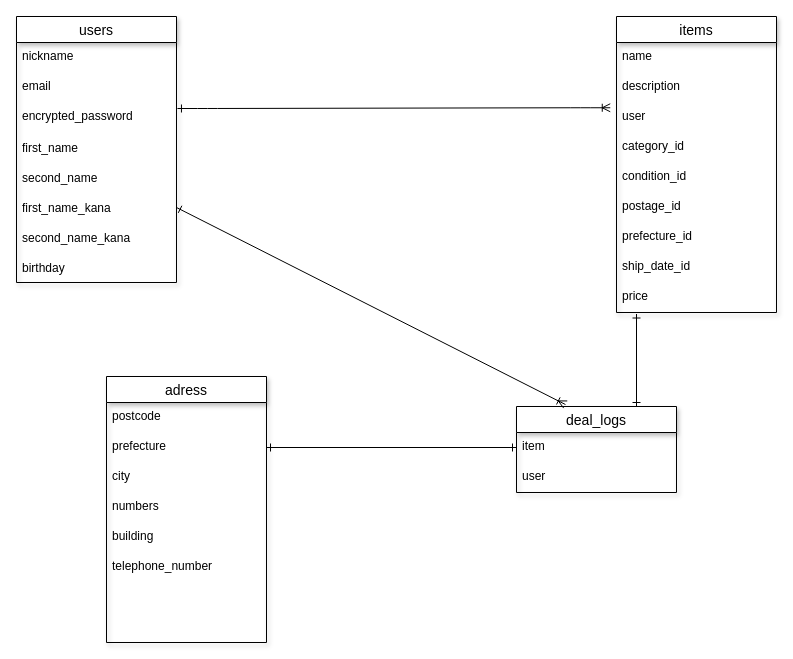
This is er.dio from bay-kuy/furima-37440, a draw.io file, before an edit. Source tidied: cells renumbered, new cells numbered last; positions are measured from the earlier drawing's top-left corner, leaving out a move shared by most shapes. Both pictures are drawn from the tidied source at 100%, with x=0, y=0 at pixel (16, 16).
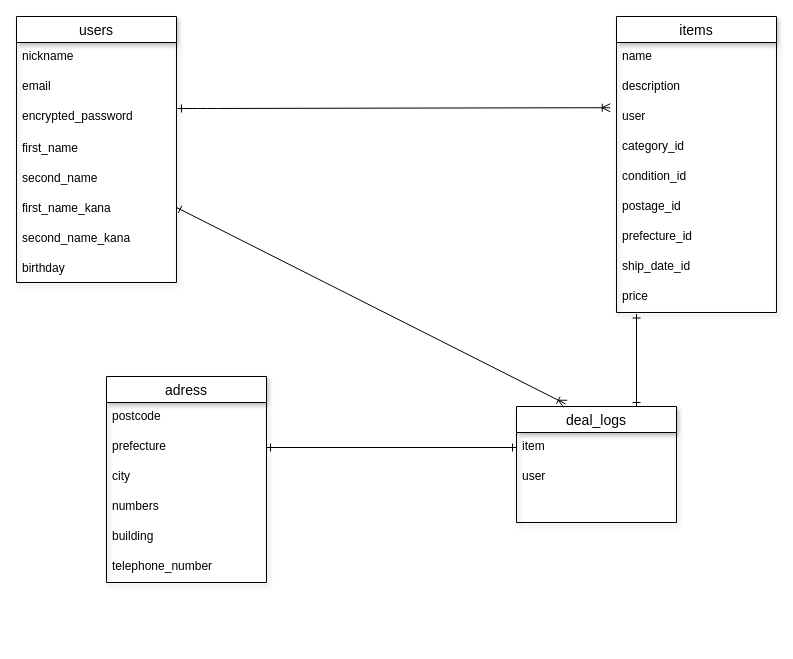
After the change.

Change to the diagram source:
```diff
@@
     <mxCell id="23" value="deal_logs" style="swimlane;fontStyle=0;horizontal=1;startSize=26;align=center;fontSize=14;rounded=0;shadow=1;html=0;" parent="1" vertex="1">
-      <mxGeometry x="500" y="390" width="160" height="86" as="geometry" />
+      <mxGeometry x="500" y="390" width="160" height="116" as="geometry" />
     </mxCell>
@@
+    <mxCell id="37" style="text;strokeColor=none;fillColor=none;spacingLeft=4;spacingRight=4;overflow=hidden;fontSize=12;rounded=0;shadow=1;html=0;" parent="23" vertex="1">
+      <mxGeometry y="86" width="160" height="30" as="geometry" />
+    </mxCell>
     <mxCell id="26" value="adress" style="swimlane;fontStyle=0;horizontal=1;startSize=26;align=center;fontSize=14;rounded=0;shadow=1;html=0;" parent="1" vertex="1">
-      <mxGeometry x="90" y="360" width="160" height="266" as="geometry" />
+      <mxGeometry x="90" y="360" width="160" height="206" as="geometry" />
     </mxCell>
@@
-    <mxCell id="33" style="text;strokeColor=none;fillColor=none;spacingLeft=4;spacingRight=4;overflow=hidden;fontSize=12;rounded=0;shadow=1;html=0;" parent="26" vertex="1">
-      <mxGeometry y="206" width="160" height="30" as="geometry" />
-    </mxCell>
-    <mxCell id="34" style="text;strokeColor=none;fillColor=none;spacingLeft=4;spacingRight=4;overflow=hidden;fontSize=12;rounded=0;shadow=1;html=0;" parent="26" vertex="1">
-      <mxGeometry y="236" width="160" height="30" as="geometry" />
-    </mxCell>
```
